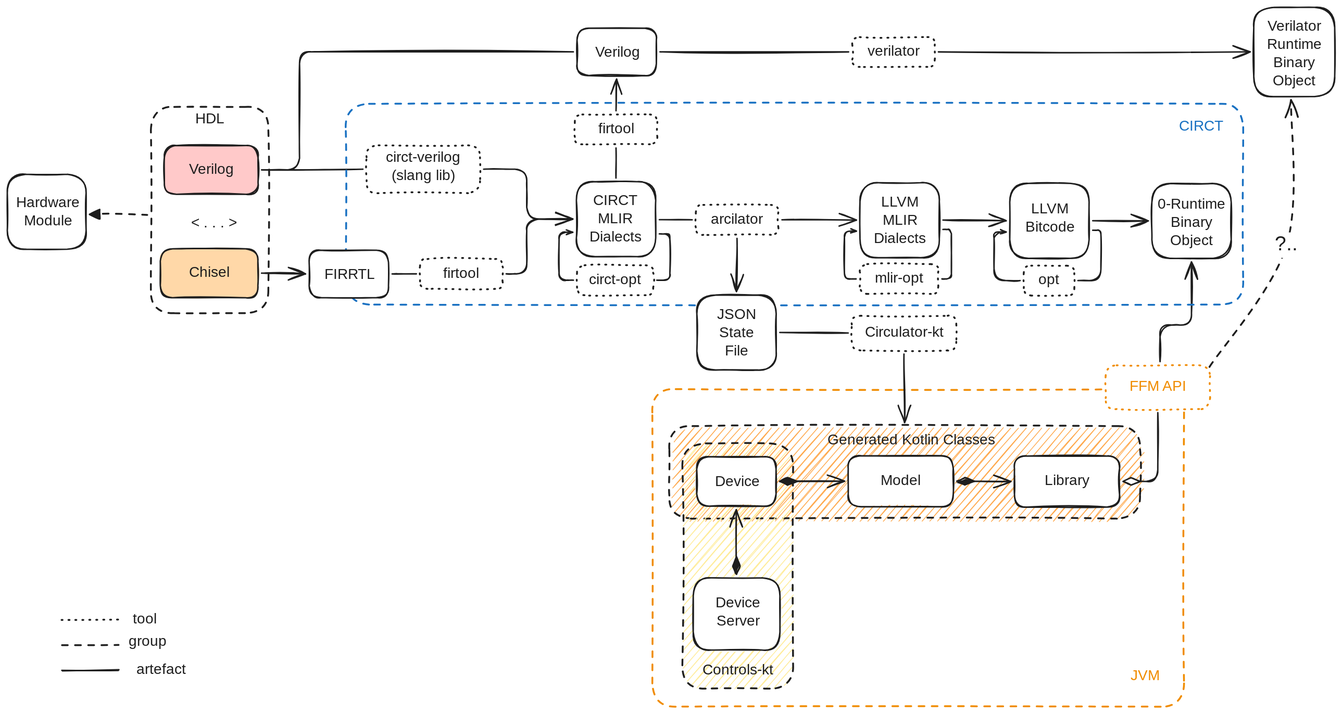
This is docs/resources/circulator-pipeline.excalidraw.svg from e1turin/circulator-kt, a Excalidraw export, as it was before one commit. Source tidied: one line per element, renumbered; positions are measured from the earlier drawing's top-left corner, leaving out a move shared by most shapes.
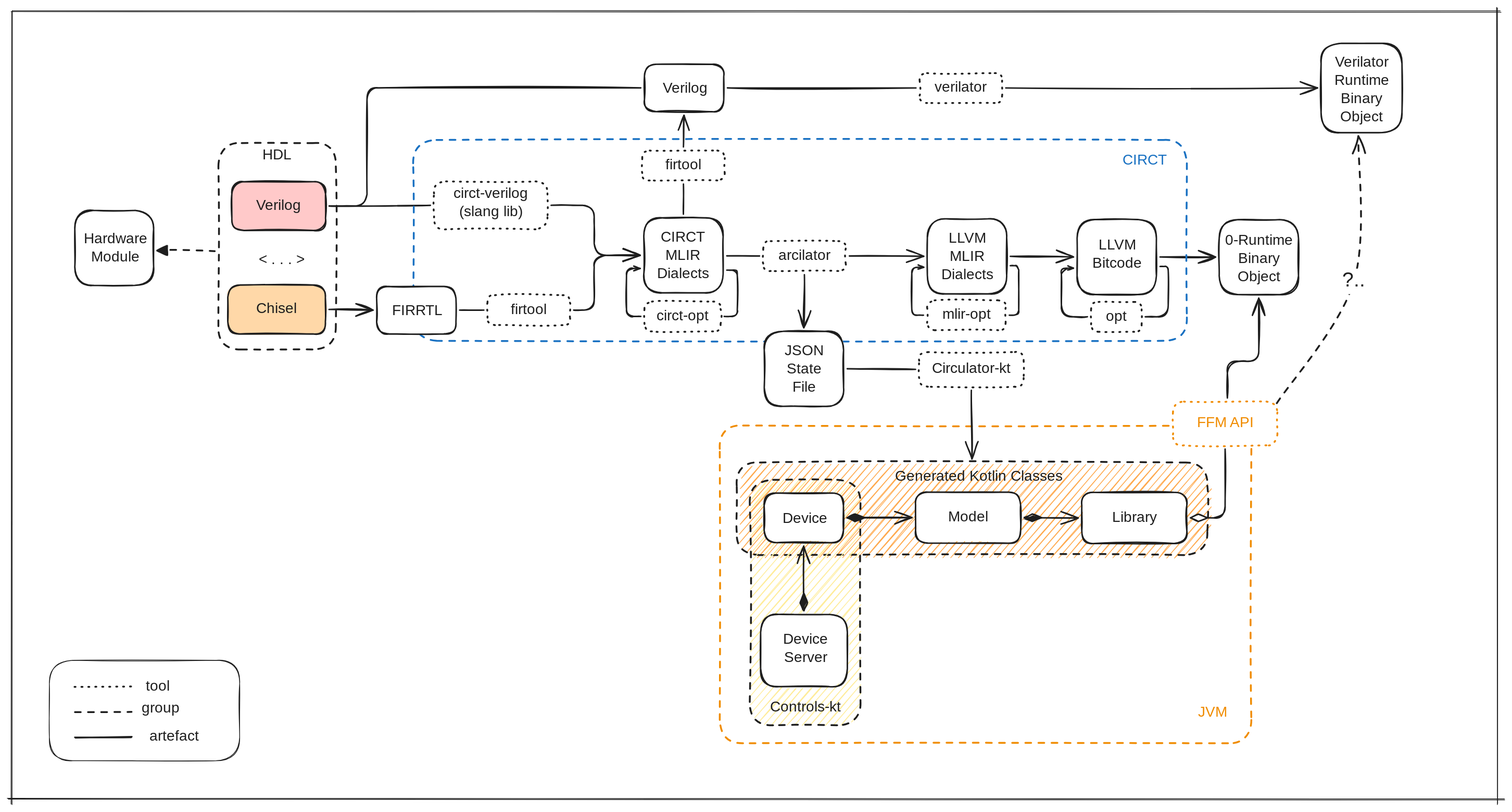
The same diagram one commit later.

Change to the diagram source:
```diff
@@ -84,15 +84,20 @@
 {"id": 83, "type": "arrow", "strokeColor": "#1e1e1e", "backgroundColor": "#ffffff", "fillStyle": "hachure", "strokeWidth": 2, "roughness": 1, "from": 46, "to": 9, "x": 349, "y": 223, "width": 427, "height": 162, "points": [[0, 0], [52, 0], [52, -162], [427, -162]]}
 {"id": 84, "type": "arrow", "strokeColor": "#1e1e1e", "backgroundColor": "#ffffff", "fillStyle": "hachure", "strokeWidth": 2, "strokeStyle": "dashed", "roughness": 1, "endArrowhead": "arrow", "round": true, "from": 40, "to": 18, "x": 1648, "y": 493, "width": 113, "height": 365, "points": [[0, 0], [106, -166], [113, -365]]}
 {"id": 85, "type": "text", "text": "?..", "strokeColor": "#1e1e1e", "backgroundColor": "#ffffff", "fillStyle": "hachure", "strokeWidth": 2, "strokeStyle": "dashed", "roughness": 1, "fontSize": 28, "fontFamily": 5, "textAlign": "center", "verticalAlign": "middle", "inside": 84, "x": 1707, "y": 257, "width": 28, "height": 35}
-{"id": 86, "type": "rectangle", "strokeColor": "#1971c2", "strokeWidth": 2, "strokeStyle": "dashed", "roughness": 1, "round": true, "x": 464, "y": 132, "width": 1231, "height": 275}
+{"id": 86, "type": "rectangle", "strokeColor": "#1971c2", "strokeWidth": 2, "strokeStyle": "dashed", "roughness": 1, "round": true, "x": 464, "y": 132, "width": 1061, "height": 275}
 {"id": 87, "type": "rectangle", "strokeColor": "#1e1e1e", "backgroundColor": "#ffffff", "fillStyle": "solid", "strokeWidth": 2, "roughness": 1, "round": true, "x": 414, "y": 333, "width": 109, "height": 65}
 {"id": 88, "type": "text", "text": "FIRRTL", "strokeColor": "#1e1e1e", "backgroundColor": "#ffffff", "fillStyle": "solid", "strokeWidth": 2, "roughness": 1, "fontSize": 20, "fontFamily": 5, "textAlign": "center", "x": 429, "y": 355, "width": 82, "height": 25}
 {"id": 89, "type": "rectangle", "strokeColor": "#1e1e1e", "backgroundColor": "#ffffff", "fillStyle": "solid", "strokeWidth": 2, "roughness": 1, "round": true, "x": 946, "y": 395, "width": 109, "height": 103}
 {"id": 90, "type": "text", "text": "JSON\nState\nFile", "strokeColor": "#1e1e1e", "backgroundColor": "#ffffff", "fillStyle": "solid", "strokeWidth": 2, "roughness": 1, "fontSize": 20, "fontFamily": 5, "textAlign": "center", "x": 972, "y": 410, "width": 57, "height": 75}
-{"id": 91, "type": "text", "text": "CIRCT", "strokeColor": "#1971c2", "strokeWidth": 2, "strokeStyle": "dotted", "roughness": 1, "fontSize": 20, "fontFamily": 5, "textAlign": "center", "x": 1603, "y": 151, "width": 68, "height": 25}
+{"id": 91, "type": "text", "text": "CIRCT", "strokeColor": "#1971c2", "strokeWidth": 2, "strokeStyle": "dotted", "roughness": 1, "fontSize": 20, "fontFamily": 5, "textAlign": "center", "x": 1434, "y": 148, "width": 68, "height": 25}
-{"id": 92, "type": "line", "strokeColor": "#1e1e1e", "strokeWidth": 2, "strokeStyle": "dotted", "roughness": 1, "round": true, "x": 73, "y": 840, "width": 78, "height": 0, "points": [[0, 0], [78, 0]]}
+{"id": 92, "type": "line", "strokeColor": "#1e1e1e", "strokeWidth": 2, "strokeStyle": "dotted", "roughness": 1, "round": true, "x": -1, "y": 882, "width": 78, "height": 0, "points": [[0, 0], [78, 0]]}
-{"id": 93, "type": "line", "strokeColor": "#1e1e1e", "strokeWidth": 2, "strokeStyle": "dashed", "roughness": 1, "round": true, "x": 75, "y": 875, "width": 78, "height": 0, "points": [[0, 0], [78, 0]]}
+{"id": 93, "type": "line", "strokeColor": "#1e1e1e", "strokeWidth": 2, "strokeStyle": "dashed", "roughness": 1, "round": true, "x": 0, "y": 916, "width": 78, "height": 0, "points": [[0, 0], [78, 0]]}
-{"id": 94, "type": "line", "strokeColor": "#1e1e1e", "strokeWidth": 2, "roughness": 1, "round": true, "x": 75, "y": 910, "width": 78, "height": 0, "points": [[0, 0], [78, 0]]}
+{"id": 94, "type": "line", "strokeColor": "#1e1e1e", "strokeWidth": 2, "roughness": 1, "round": true, "x": 0, "y": 952, "width": 78, "height": 0, "points": [[0, 0], [78, 0]]}
-{"id": 95, "type": "text", "text": "tool", "strokeColor": "#1e1e1e", "strokeWidth": 2, "strokeStyle": "dashed", "roughness": 1, "fontSize": 20, "fontFamily": 5, "textAlign": "center", "x": 169, "y": 828, "width": 40, "height": 25}
+{"id": 95, "type": "text", "text": "tool", "strokeColor": "#1e1e1e", "strokeWidth": 2, "strokeStyle": "dashed", "roughness": 1, "fontSize": 20, "fontFamily": 5, "textAlign": "center", "x": 94, "y": 870, "width": 40, "height": 25}
-{"id": 96, "type": "text", "text": "group", "strokeColor": "#1e1e1e", "strokeWidth": 2, "strokeStyle": "dashed", "roughness": 1, "fontSize": 20, "fontFamily": 5, "textAlign": "center", "x": 166, "y": 858, "width": 53, "height": 25}
+{"id": 96, "type": "text", "text": "group", "strokeColor": "#1e1e1e", "strokeWidth": 2, "strokeStyle": "dashed", "roughness": 1, "fontSize": 20, "fontFamily": 5, "textAlign": "center", "x": 91, "y": 900, "width": 53, "height": 25}
-{"id": 97, "type": "text", "text": "artefact", "strokeColor": "#1e1e1e", "strokeWidth": 2, "strokeStyle": "dashed", "roughness": 1, "fontSize": 20, "fontFamily": 5, "textAlign": "center", "x": 169, "y": 897, "width": 85, "height": 25}
+{"id": 97, "type": "text", "text": "artefact", "strokeColor": "#1e1e1e", "strokeWidth": 2, "strokeStyle": "dashed", "roughness": 1, "fontSize": 20, "fontFamily": 5, "textAlign": "center", "x": 94, "y": 939, "width": 85, "height": 25}
+{"id": 98, "type": "line", "strokeColor": "#1e1e1e", "strokeWidth": 1, "roughness": 1, "round": true, "x": -91, "y": 1036, "width": 2052, "height": 0, "points": [[0, 0], [2052, 0]]}
+{"id": 99, "type": "line", "strokeColor": "#1e1e1e", "strokeWidth": 1, "roughness": 1, "round": true, "x": -86, "y": 1043, "width": 0, "height": 1087, "points": [[0, 0], [0, -1087]]}
+{"id": 100, "type": "line", "strokeColor": "#1e1e1e", "strokeWidth": 1, "roughness": 1, "round": true, "x": -86, "y": -43, "width": 2043, "height": 0, "points": [[0, 0], [2043, 0]]}
+{"id": 101, "type": "line", "strokeColor": "#1e1e1e", "strokeWidth": 1, "roughness": 1, "round": true, "x": 1951, "y": -49, "width": 0, "height": 1092, "points": [[0, 0], [0, 1092]]}
+{"id": 102, "type": "rectangle", "strokeColor": "#1e1e1e", "strokeWidth": 1, "roughness": 1, "round": true, "x": -35, "y": 846, "width": 261, "height": 138}
```
